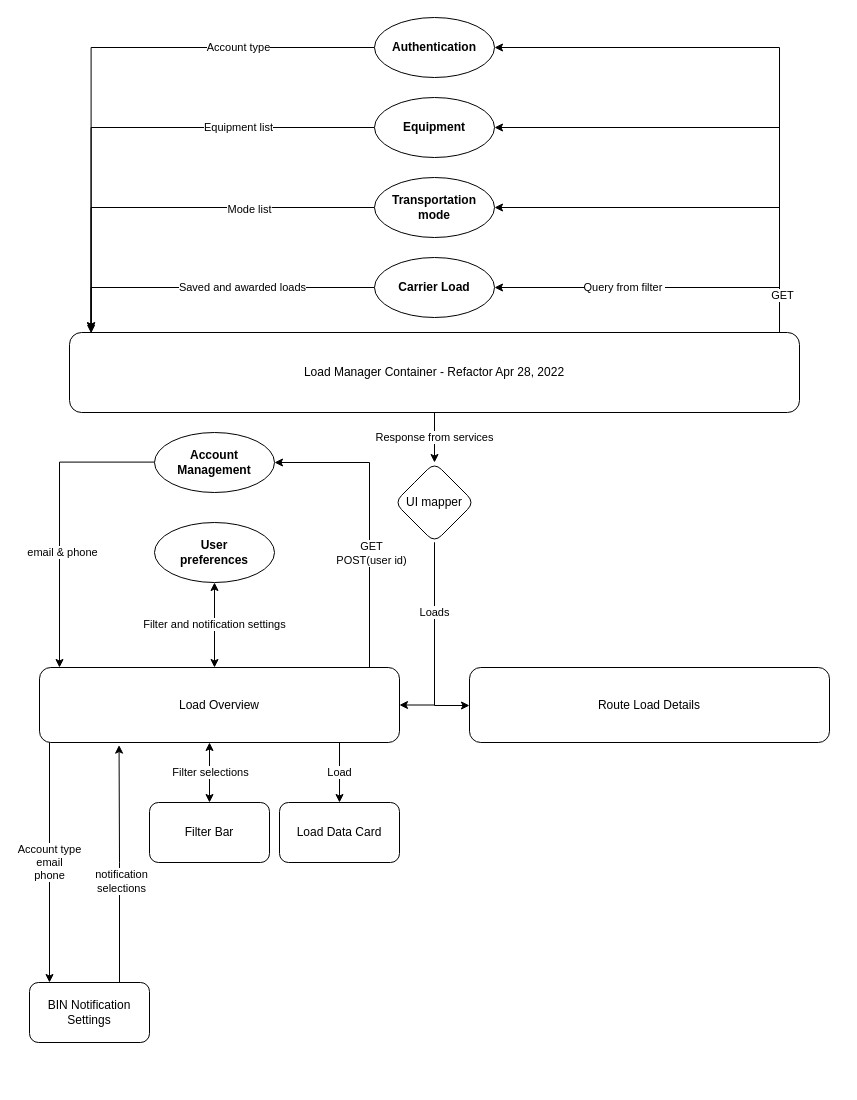
Earlier version of the draw.io diagram LM Refactor Diagram.drawio (eeevvaaa/drawio). Source tidied: cells renumbered, new cells numbered last; positions are measured from the earlier drawing's top-left corner, leaving out a move shared by most shapes. Both pictures are drawn from the tidied source at 100%, with x=0, y=0 at pixel (29, 17).
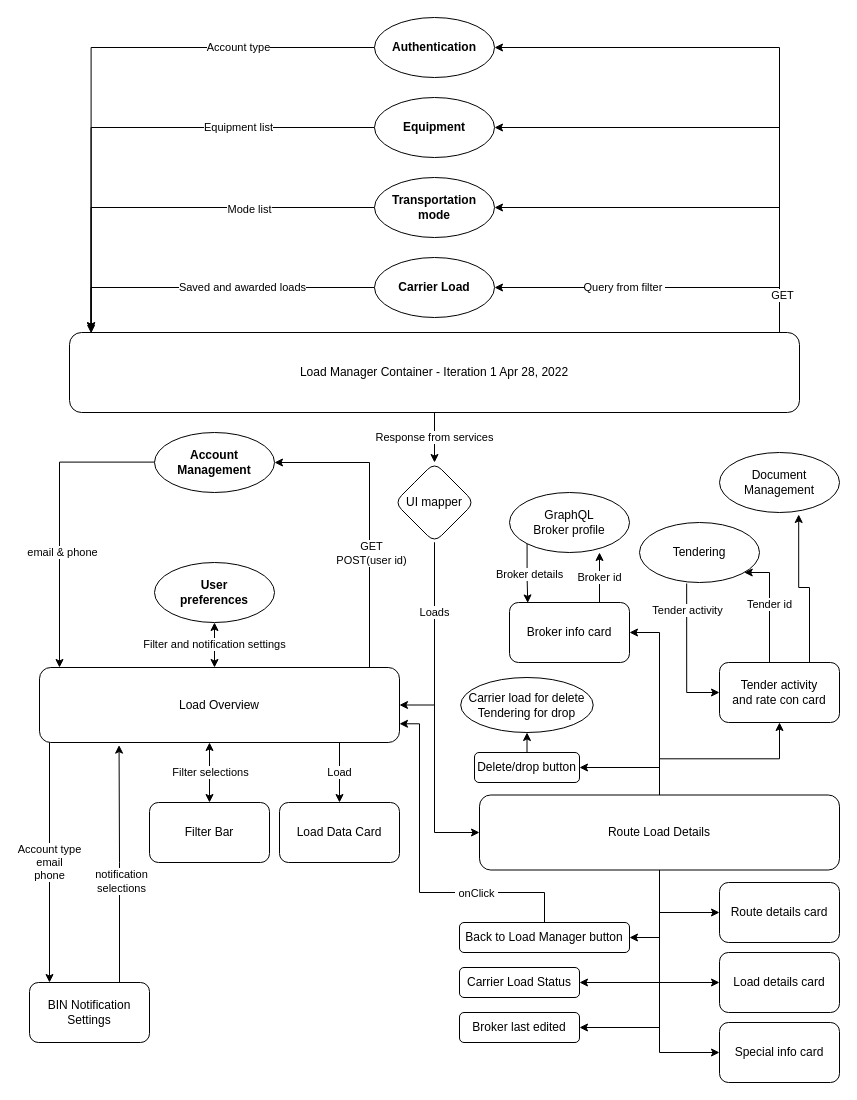
The same page after the edit.

The change refers to these unchanged cells:
```xml
<mxCell id="26" value="Load Overview" style="rounded=1;whiteSpace=wrap;html=1;" parent="1" vertex="1">
  <mxGeometry x="10" y="650" width="360" height="75" as="geometry" />
</mxCell>
<mxCell id="34" value="UI mapper" style="rhombus;whiteSpace=wrap;html=1;rounded=1;" parent="1" vertex="1">
  <mxGeometry x="365" y="445" width="80" height="80" as="geometry" />
</mxCell>
```

The edit, as a diff of the source:
```diff
@@
-    <mxCell id="17" value="Load Manager Container - Refactor Apr 28, 2022" style="rounded=1;whiteSpace=wrap;html=1;" parent="1" vertex="1">
+    <mxCell id="17" value="Load Manager Container - Iteration 1 Apr 28, 2022" style="rounded=1;whiteSpace=wrap;html=1;" parent="1" vertex="1">
       <mxGeometry x="40" y="315" width="730" height="80" as="geometry" />
     </mxCell>
@@
     <mxCell id="21" value="User&lt;br&gt;preferences" style="ellipse;whiteSpace=wrap;html=1;fontStyle=1;startSize=23;" parent="1" vertex="1">
-      <mxGeometry x="125" y="505" width="120" height="60" as="geometry" />
+      <mxGeometry x="125" y="545" width="120" height="60" as="geometry" />
     </mxCell>
@@
     <mxCell id="33" style="edgeStyle=orthogonalEdgeStyle;rounded=0;jettySize=auto;html=1;" parent="1" edge="1" source="34" target="37">
       <mxGeometry relative="1" as="geometry">
         <Array as="points">
-          <mxPoint x="405" y="688" />
+          <mxPoint x="405" y="815" />
         </Array>
       </mxGeometry>
     </mxCell>
@@
+    <mxCell id="39" style="edgeStyle=orthogonalEdgeStyle;rounded=0;jettySize=auto;html=1;" parent="1" edge="1" source="37" target="50">
+      <mxGeometry relative="1" as="geometry">
+        <Array as="points">
+          <mxPoint x="630" y="920" />
+        </Array>
+      </mxGeometry>
+    </mxCell>
+    <mxCell id="40" style="edgeStyle=orthogonalEdgeStyle;rounded=0;jettySize=auto;html=1;" parent="1" edge="1" source="37" target="51">
+      <mxGeometry relative="1" as="geometry">
+        <Array as="points">
+          <mxPoint x="630" y="965" />
+        </Array>
+      </mxGeometry>
+    </mxCell>
+    <mxCell id="41" style="edgeStyle=orthogonalEdgeStyle;rounded=0;jettySize=auto;html=1;" parent="1" edge="1" source="37" target="52">
+      <mxGeometry relative="1" as="geometry">
+        <Array as="points">
+          <mxPoint x="630" y="1035" />
+        </Array>
+      </mxGeometry>
+    </mxCell>
+    <mxCell id="42" style="edgeStyle=orthogonalEdgeStyle;rounded=0;jettySize=auto;html=1;" parent="1" edge="1" source="37" target="53">
+      <mxGeometry relative="1" as="geometry">
+        <Array as="points">
+          <mxPoint x="630" y="965" />
+        </Array>
+      </mxGeometry>
+    </mxCell>
+    <mxCell id="43" style="edgeStyle=orthogonalEdgeStyle;rounded=0;jettySize=auto;html=1;" parent="1" edge="1" source="37" target="54">
+      <mxGeometry relative="1" as="geometry">
+        <Array as="points">
+          <mxPoint x="630" y="1010" />
+        </Array>
+      </mxGeometry>
+    </mxCell>
+    <mxCell id="44" style="edgeStyle=orthogonalEdgeStyle;rounded=0;jettySize=auto;html=1;" parent="1" edge="1" source="37" target="55">
+      <mxGeometry relative="1" as="geometry">
+        <Array as="points">
+          <mxPoint x="630" y="895" />
+        </Array>
+      </mxGeometry>
+    </mxCell>
+    <mxCell id="45" style="edgeStyle=orthogonalEdgeStyle;rounded=0;jettySize=auto;html=1;" parent="1" edge="1" source="37" target="57">
+      <mxGeometry relative="1" as="geometry">
+        <Array as="points">
+          <mxPoint x="630" y="750" />
+        </Array>
+      </mxGeometry>
+    </mxCell>
+    <mxCell id="46" style="edgeStyle=orthogonalEdgeStyle;rounded=0;jettySize=auto;html=1;" parent="1" edge="1" source="37" target="60">
+      <mxGeometry relative="1" as="geometry">
+        <Array as="points">
+          <mxPoint x="630" y="615" />
+        </Array>
+      </mxGeometry>
+    </mxCell>
+    <mxCell id="47" style="edgeStyle=orthogonalEdgeStyle;rounded=0;jettySize=auto;html=1;" parent="1" edge="1" source="37" target="66">
+      <mxGeometry relative="1" as="geometry" />
+    </mxCell>
     <mxCell id="37" value="Route Load Details" style="whiteSpace=wrap;html=1;rounded=1;" parent="1" vertex="1">
-      <mxGeometry x="440" y="650" width="360" height="75" as="geometry" />
+      <mxGeometry x="450" y="777.5" width="360" height="75" as="geometry" />
     </mxCell>
@@
+    <mxCell id="48" style="edgeStyle=orthogonalEdgeStyle;rounded=0;jettySize=auto;html=1;exitX=0.5;exitY=0;exitDx=0;exitDy=0;entryX=1;entryY=0.75;entryDx=0;entryDy=0;" parent="1" edge="1" source="50" target="26">
+      <mxGeometry relative="1" as="geometry">
+        <Array as="points">
+          <mxPoint x="515" y="875" />
+          <mxPoint x="390" y="875" />
+          <mxPoint x="390" y="706" />
+        </Array>
+      </mxGeometry>
+    </mxCell>
+    <mxCell id="49" value="&amp;nbsp;onClick&amp;nbsp;" style="edgeLabel;html=1;align=center;verticalAlign=middle;" parent="48" vertex="1">
+      <mxGeometry x="-0.43" y="1" relative="1" as="geometry">
+        <mxPoint x="-1" y="-1" as="offset" />
+      </mxGeometry>
+    </mxCell>
+    <mxCell id="50" value="Back to Load Manager button" style="whiteSpace=wrap;html=1;rounded=1;" parent="1" vertex="1">
+      <mxGeometry x="430" y="905" width="170" height="30" as="geometry" />
+    </mxCell>
+    <mxCell id="51" value="Load details card" style="whiteSpace=wrap;html=1;rounded=1;" parent="1" vertex="1">
+      <mxGeometry x="690" y="935" width="120" height="60" as="geometry" />
+    </mxCell>
+    <mxCell id="52" value="Special info card" style="whiteSpace=wrap;html=1;rounded=1;" parent="1" vertex="1">
+      <mxGeometry x="690" y="1005" width="120" height="60" as="geometry" />
+    </mxCell>
+    <mxCell id="53" value="Carrier Load Status" style="whiteSpace=wrap;html=1;rounded=1;" parent="1" vertex="1">
+      <mxGeometry x="430" y="950" width="120" height="30" as="geometry" />
+    </mxCell>
+    <mxCell id="54" value="Broker last edited" style="whiteSpace=wrap;html=1;rounded=1;" parent="1" vertex="1">
+      <mxGeometry x="430" y="995" width="120" height="30" as="geometry" />
+    </mxCell>
+    <mxCell id="55" value="Route details card" style="whiteSpace=wrap;html=1;rounded=1;" parent="1" vertex="1">
+      <mxGeometry x="690" y="865" width="120" height="60" as="geometry" />
+    </mxCell>
+    <mxCell id="56" style="edgeStyle=orthogonalEdgeStyle;rounded=0;jettySize=auto;html=1;" parent="1" edge="1" source="57" target="58">
+      <mxGeometry relative="1" as="geometry" />
+    </mxCell>
+    <mxCell id="57" value="Delete/drop button" style="whiteSpace=wrap;html=1;rounded=1;" parent="1" vertex="1">
+      <mxGeometry x="445" y="735" width="105" height="30" as="geometry" />
+    </mxCell>
+    <mxCell id="58" value="Carrier load for delete&lt;br&gt;Tendering for drop" style="ellipse;whiteSpace=wrap;html=1;rounded=1;" parent="1" vertex="1">
+      <mxGeometry x="431.2" y="660" width="132.5" height="55" as="geometry" />
+    </mxCell>
+    <mxCell id="59" value="Broker id" style="edgeStyle=orthogonalEdgeStyle;rounded=0;jettySize=auto;html=1;exitX=0.75;exitY=0;exitDx=0;exitDy=0;entryX=0.75;entryY=1;entryDx=0;entryDy=0;entryPerimeter=0;" parent="1" edge="1" source="60" target="63">
+      <mxGeometry relative="1" as="geometry" />
+    </mxCell>
+    <mxCell id="60" value="Broker info card" style="whiteSpace=wrap;html=1;rounded=1;" parent="1" vertex="1">
+      <mxGeometry x="480" y="585" width="120" height="60" as="geometry" />
+    </mxCell>
+    <mxCell id="61" style="edgeStyle=orthogonalEdgeStyle;rounded=0;jettySize=auto;html=1;exitX=0;exitY=1;exitDx=0;exitDy=0;entryX=0.152;entryY=0.007;entryDx=0;entryDy=0;entryPerimeter=0;" parent="1" edge="1" source="63" target="60">
+      <mxGeometry relative="1" as="geometry" />
+    </mxCell>
+    <mxCell id="62" value="Broker details" style="edgeLabel;html=1;align=center;verticalAlign=middle;" parent="61" vertex="1">
+      <mxGeometry x="0.01" y="2" relative="1" as="geometry" />
+    </mxCell>
+    <mxCell id="63" value="GraphQL&lt;br&gt;Broker profile" style="ellipse;whiteSpace=wrap;html=1;rounded=1;" parent="1" vertex="1">
+      <mxGeometry x="480" y="475" width="120" height="60" as="geometry" />
+    </mxCell>
+    <mxCell id="64" value="Tender id" style="edgeStyle=orthogonalEdgeStyle;rounded=0;jettySize=auto;html=1;" parent="1" edge="1" source="66" target="69">
+      <mxGeometry relative="1" as="geometry">
+        <Array as="points">
+          <mxPoint x="740" y="555" />
+        </Array>
+      </mxGeometry>
+    </mxCell>
+    <mxCell id="65" style="edgeStyle=orthogonalEdgeStyle;rounded=0;jettySize=auto;html=1;exitX=0.75;exitY=0;exitDx=0;exitDy=0;entryX=0.66;entryY=1.033;entryDx=0;entryDy=0;entryPerimeter=0;" parent="1" edge="1" source="66" target="70">
+      <mxGeometry relative="1" as="geometry" />
+    </mxCell>
+    <mxCell id="66" value="Tender activity&lt;br&gt;and rate con card" style="whiteSpace=wrap;html=1;rounded=1;" parent="1" vertex="1">
+      <mxGeometry x="690" y="645" width="120" height="60" as="geometry" />
+    </mxCell>
+    <mxCell id="67" style="edgeStyle=orthogonalEdgeStyle;rounded=0;jettySize=auto;html=1;entryX=0;entryY=0.5;entryDx=0;entryDy=0;exitX=0.393;exitY=1.017;exitDx=0;exitDy=0;exitPerimeter=0;" parent="1" edge="1" source="69" target="66">
+      <mxGeometry relative="1" as="geometry" />
+    </mxCell>
+    <mxCell id="68" value="Tender activity" style="edgeLabel;html=1;align=center;verticalAlign=middle;" parent="67" vertex="1">
+      <mxGeometry x="-0.63" relative="1" as="geometry" />
+    </mxCell>
+    <mxCell id="69" value="Tendering" style="ellipse;whiteSpace=wrap;html=1;rounded=1;" parent="1" vertex="1">
+      <mxGeometry x="610" y="505" width="120" height="60" as="geometry" />
+    </mxCell>
+    <mxCell id="70" value="Document&lt;br&gt;Management" style="ellipse;whiteSpace=wrap;html=1;rounded=1;" parent="1" vertex="1">
+      <mxGeometry x="690" y="435" width="120" height="60" as="geometry" />
+    </mxCell>
```
